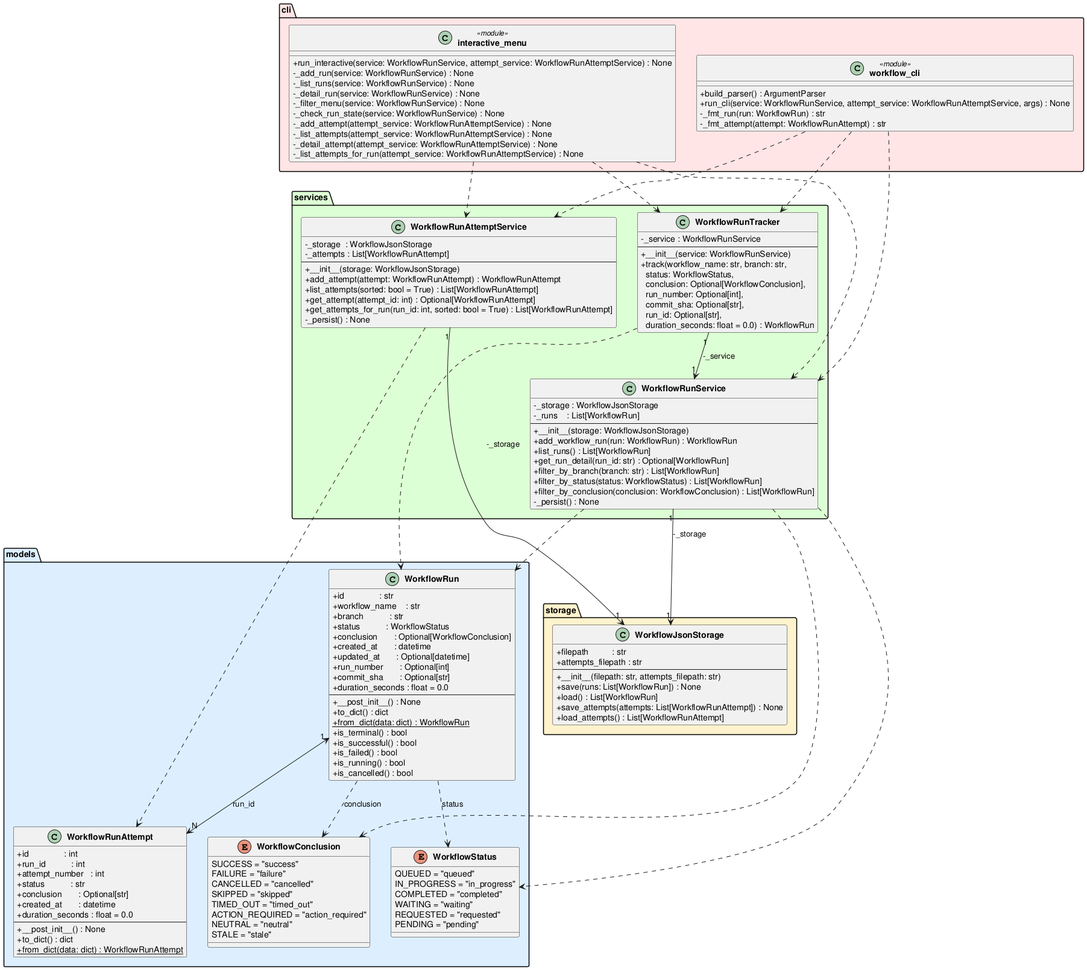
The PlantUML diagram experiments/pipeline/user_stories/github-workflow-manager/artifacts/class_diagram.png in DanielRiha8906/Software_autoevolution_using_agents, before a commit.
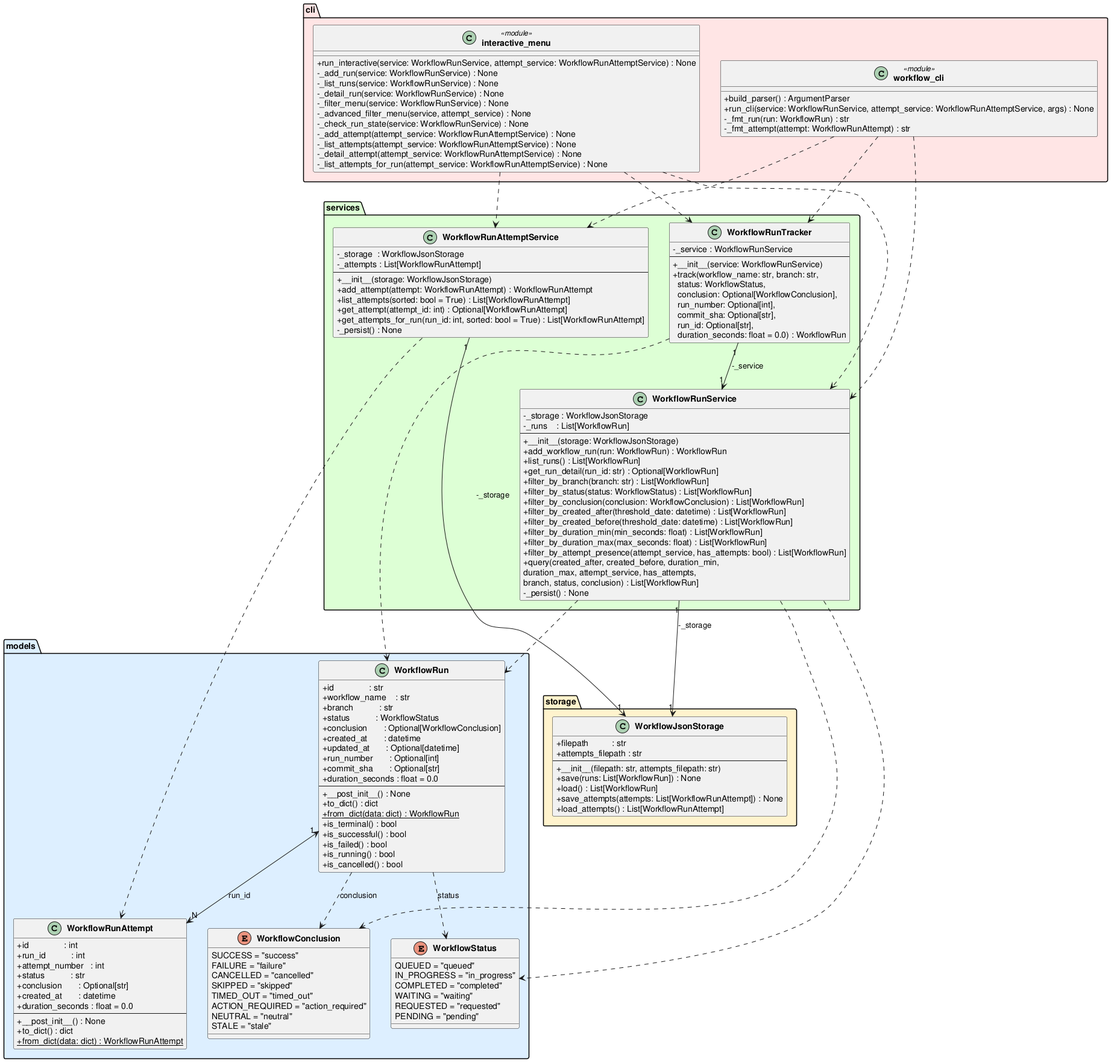
The same file after the commit.

Diff of the diagram source:
```diff
@@ -86,6 +86,12 @@
         +filter_by_branch(branch: str) : List[WorkflowRun]
         +filter_by_status(status: WorkflowStatus) : List[WorkflowRun]
         +filter_by_conclusion(conclusion: WorkflowConclusion) : List[WorkflowRun]
+        +filter_by_created_after(threshold_date: datetime) : List[WorkflowRun]
+        +filter_by_created_before(threshold_date: datetime) : List[WorkflowRun]
+        +filter_by_duration_min(min_seconds: float) : List[WorkflowRun]
+        +filter_by_duration_max(max_seconds: float) : List[WorkflowRun]
+        +filter_by_attempt_presence(attempt_service, has_attempts: bool) : List[WorkflowRun]
+        +query(created_after, created_before, duration_min,\nduration_max, attempt_service, has_attempts,\nbranch, status, conclusion) : List[WorkflowRun]
         -_persist() : None
     }
 
@@ -123,6 +129,7 @@
         -_list_runs(service: WorkflowRunService) : None
         -_detail_run(service: WorkflowRunService) : None
         -_filter_menu(service: WorkflowRunService) : None
+        -_advanced_filter_menu(service, attempt_service) : None
         -_check_run_state(service: WorkflowRunService) : None
         -_add_attempt(attempt_service: WorkflowRunAttemptService) : None
         -_list_attempts(attempt_service: WorkflowRunAttemptService) : None
```
